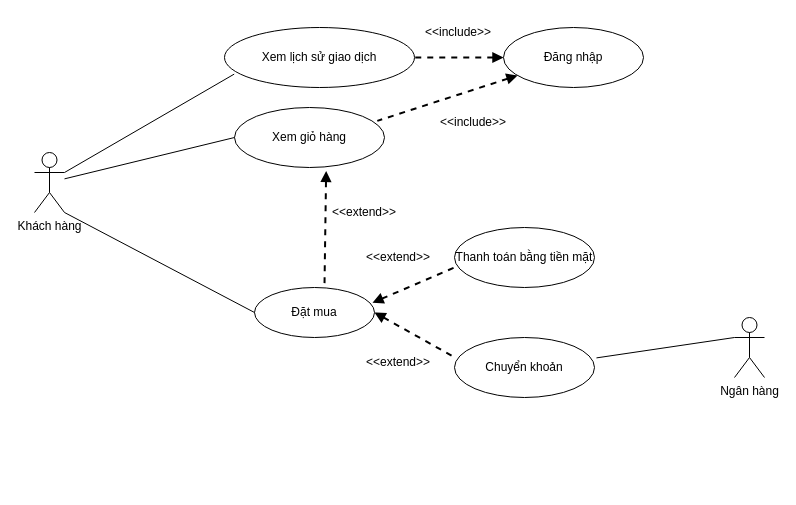
Earlier version of the draw.io diagram Use Case Diagram/Cart_Checkout.drawio (NguyenThaiDung2003/IT3120Nhom11). Source tidied: cells renumbered, new cells numbered last; positions are measured from the earlier drawing's top-left corner, leaving out a move shared by most shapes. Both pictures are drawn from the tidied source at 100%, with x=0, y=0 at pixel (34, 17).
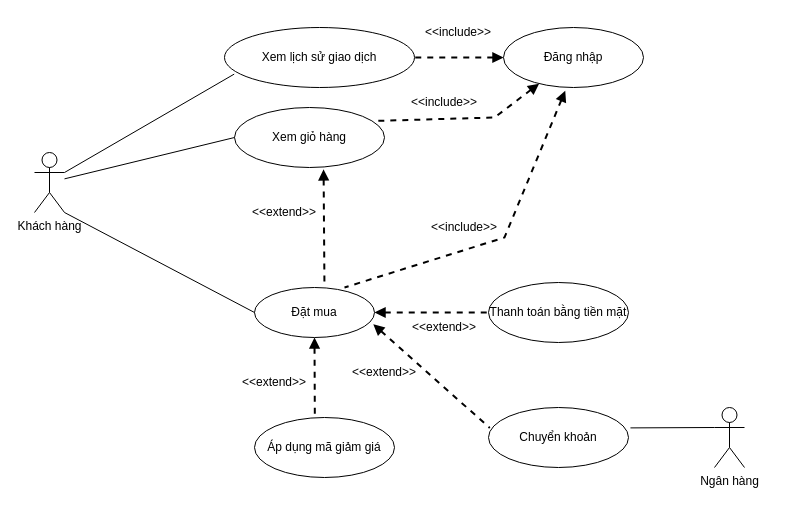
Above is the later version.

Commit message:
Bổ sung Mã giảm giá để khớp với các biểu đồ còn lại

The change refers to these unchanged cells:
```xml
<mxCell id="4" value="Xem giỏ hàng" style="ellipse;whiteSpace=wrap;html=1;" parent="1" vertex="1">
  <mxGeometry x="200" y="90" width="150" height="60" as="geometry" />
</mxCell>
<mxCell id="5" value="Đặt mua" style="ellipse;whiteSpace=wrap;html=1;" parent="1" vertex="1">
  <mxGeometry x="220" y="270" width="120" height="50" as="geometry" />
</mxCell>
<mxCell id="6" value="Đăng nhập" style="ellipse;whiteSpace=wrap;html=1;" parent="1" vertex="1">
  <mxGeometry x="469" y="10" width="140" height="60" as="geometry" />
</mxCell>
```

What changed in the source:
```diff
@@
     <mxCell id="7" value="Thanh toán bằng tiền mặt" style="ellipse;whiteSpace=wrap;html=1;" parent="1" vertex="1">
-      <mxGeometry x="420" y="210" width="140" height="60" as="geometry" />
+      <mxGeometry x="454" y="265" width="140" height="60" as="geometry" />
     </mxCell>
     <mxCell id="8" value="Ngân hàng" style="shape=umlActor;verticalLabelPosition=bottom;verticalAlign=top;html=1;outlineConnect=0;" parent="1" vertex="1">
-      <mxGeometry x="700" y="300" width="30" height="60" as="geometry" />
+      <mxGeometry x="680" y="390" width="30" height="60" as="geometry" />
     </mxCell>
@@
     <mxCell id="11" style="endArrow=none;dashed=1;html=1;strokeWidth=2;rounded=0;startArrow=block;startFill=1;entryX=0.952;entryY=0.223;entryDx=0;entryDy=0;entryPerimeter=0;" parent="1" edge="1" source="6" target="4">
-      <mxGeometry relative="1" as="geometry" />
+      <mxGeometry relative="1" as="geometry">
+        <Array as="points">
+          <mxPoint x="460" y="100" />
+        </Array>
+      </mxGeometry>
     </mxCell>
@@
-    <mxCell id="13" style="endArrow=none;dashed=1;html=1;strokeWidth=2;rounded=0;startArrow=block;startFill=1;entryX=0;entryY=0.667;entryDx=0;entryDy=0;entryPerimeter=0;exitX=0.983;exitY=0.304;exitDx=0;exitDy=0;exitPerimeter=0;" parent="1" edge="1" source="5" target="7">
+    <mxCell id="13" style="endArrow=none;dashed=1;html=1;strokeWidth=2;rounded=0;startArrow=block;startFill=1;exitX=1;exitY=0.5;exitDx=0;exitDy=0;entryX=0;entryY=0.5;entryDx=0;entryDy=0;" parent="1" edge="1" source="5" target="7">
       <mxGeometry relative="1" as="geometry" />
     </mxCell>
@@
     <mxCell id="15" value="&amp;lt;&amp;lt;include&amp;gt;&amp;gt;" style="text;html=1;align=center;verticalAlign=middle;whiteSpace=wrap;rounded=0;" parent="1" vertex="1">
-      <mxGeometry x="409" y="90" width="60" height="30" as="geometry" />
+      <mxGeometry x="380" y="70" width="60" height="30" as="geometry" />
     </mxCell>
@@
-    <mxCell id="17" style="endArrow=none;dashed=1;html=1;strokeWidth=2;rounded=0;startArrow=block;startFill=1;entryX=0.583;entryY=0;entryDx=0;entryDy=0;entryPerimeter=0;exitX=0.611;exitY=1.057;exitDx=0;exitDy=0;exitPerimeter=0;" parent="1" edge="1" source="4" target="5">
+    <mxCell id="17" style="endArrow=none;dashed=1;html=1;strokeWidth=2;rounded=0;startArrow=block;startFill=1;entryX=0.583;entryY=0;entryDx=0;entryDy=0;entryPerimeter=0;exitX=0.594;exitY=1.031;exitDx=0;exitDy=0;exitPerimeter=0;" parent="1" edge="1" source="4" target="5">
       <mxGeometry relative="1" as="geometry" />
     </mxCell>
     <mxCell id="18" value="&amp;lt;&amp;lt;extend&amp;gt;&amp;gt;" style="text;html=1;align=center;verticalAlign=middle;whiteSpace=wrap;rounded=0;" parent="1" vertex="1">
-      <mxGeometry x="300" y="180" width="60" height="30" as="geometry" />
+      <mxGeometry x="220" y="180" width="60" height="30" as="geometry" />
     </mxCell>
     <mxCell id="19" value="&amp;lt;&amp;lt;extend&amp;gt;&amp;gt;" style="text;html=1;align=center;verticalAlign=middle;whiteSpace=wrap;rounded=0;" parent="1" vertex="1">
-      <mxGeometry x="334" y="225" width="60" height="30" as="geometry" />
+      <mxGeometry x="380" y="295" width="60" height="30" as="geometry" />
     </mxCell>
@@
     <mxCell id="22" value="Chuyển khoản" style="ellipse;whiteSpace=wrap;html=1;" parent="1" vertex="1">
-      <mxGeometry x="420" y="320" width="140" height="60" as="geometry" />
+      <mxGeometry x="454" y="390" width="140" height="60" as="geometry" />
     </mxCell>
-    <mxCell id="23" style="endArrow=none;dashed=1;html=1;strokeWidth=2;rounded=0;startArrow=block;startFill=1;entryX=0.009;entryY=0.34;entryDx=0;entryDy=0;entryPerimeter=0;exitX=1;exitY=0.5;exitDx=0;exitDy=0;" parent="1" edge="1" source="5" target="22">
+    <mxCell id="23" style="endArrow=none;dashed=1;html=1;strokeWidth=2;rounded=0;startArrow=block;startFill=1;entryX=0.009;entryY=0.34;entryDx=0;entryDy=0;entryPerimeter=0;exitX=0.99;exitY=0.736;exitDx=0;exitDy=0;exitPerimeter=0;" parent="1" edge="1" source="5" target="22">
       <mxGeometry relative="1" as="geometry" />
     </mxCell>
     <mxCell id="24" value="&amp;lt;&amp;lt;extend&amp;gt;&amp;gt;" style="text;html=1;align=center;verticalAlign=middle;whiteSpace=wrap;rounded=0;" parent="1" vertex="1">
-      <mxGeometry x="334" y="330" width="60" height="30" as="geometry" />
+      <mxGeometry x="320" y="340" width="60" height="30" as="geometry" />
     </mxCell>
+    <mxCell id="25" value="Áp dụng mã giảm giá" style="ellipse;whiteSpace=wrap;html=1;" parent="1" vertex="1">
+      <mxGeometry x="220" y="400" width="140" height="60" as="geometry" />
+    </mxCell>
+    <mxCell id="26" style="endArrow=none;dashed=1;html=1;strokeWidth=2;rounded=0;startArrow=block;startFill=1;entryX=0.431;entryY=-0.007;entryDx=0;entryDy=0;entryPerimeter=0;exitX=0.5;exitY=1;exitDx=0;exitDy=0;" parent="1" edge="1" source="5" target="25">
+      <mxGeometry relative="1" as="geometry" />
+    </mxCell>
+    <mxCell id="27" value="&amp;lt;&amp;lt;extend&amp;gt;&amp;gt;" style="text;html=1;align=center;verticalAlign=middle;whiteSpace=wrap;rounded=0;" parent="1" vertex="1">
+      <mxGeometry x="210" y="350" width="60" height="30" as="geometry" />
+    </mxCell>
+    <mxCell id="28" style="endArrow=none;dashed=1;html=1;strokeWidth=2;rounded=0;startArrow=block;startFill=1;exitX=0.441;exitY=1.053;exitDx=0;exitDy=0;entryX=0.75;entryY=0;entryDx=0;entryDy=0;entryPerimeter=0;exitPerimeter=0;" parent="1" edge="1" source="6" target="5">
+      <mxGeometry relative="1" as="geometry">
+        <Array as="points">
+          <mxPoint x="470" y="220" />
+        </Array>
+      </mxGeometry>
+    </mxCell>
+    <mxCell id="29" value="&amp;lt;&amp;lt;include&amp;gt;&amp;gt;" style="text;html=1;align=center;verticalAlign=middle;whiteSpace=wrap;rounded=0;" parent="1" vertex="1">
+      <mxGeometry x="400" y="195" width="60" height="30" as="geometry" />
+    </mxCell>
```
